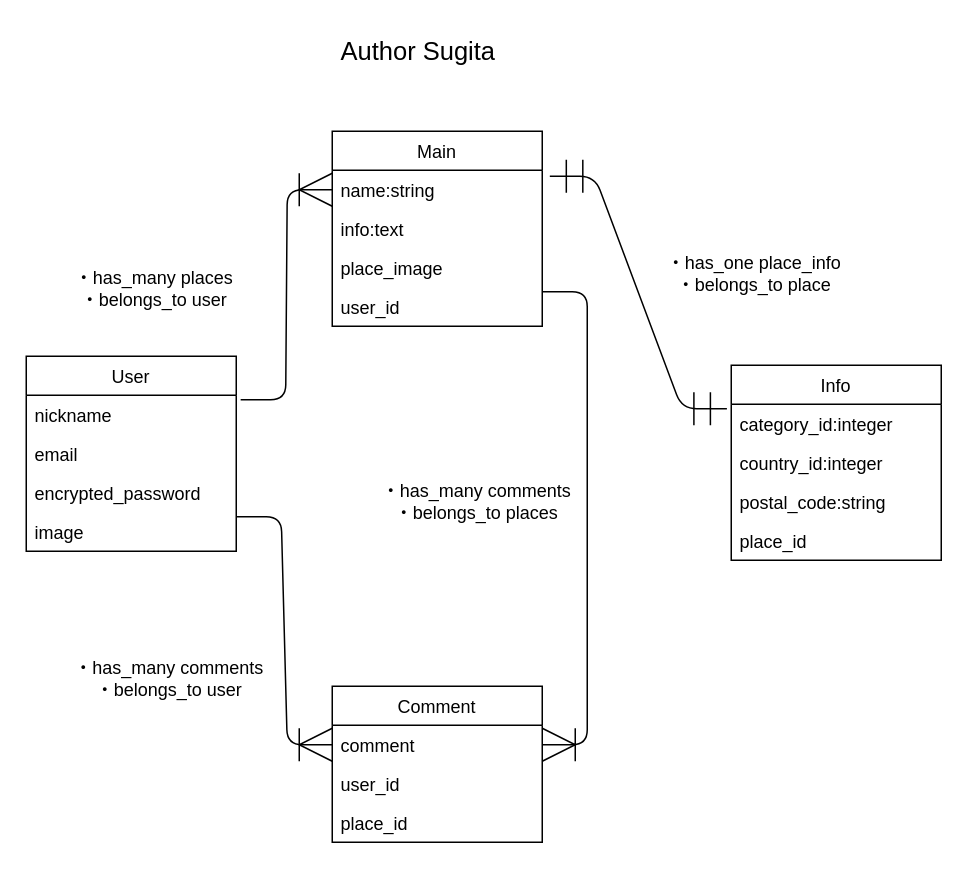
Above: app.dio in daikichi86/original2 (draw.io), before the change. Source tidied: cells renumbered, new cells numbered last; positions are measured from the earlier drawing's top-left corner, leaving out a move shared by most shapes. Both pictures are drawn from the tidied source at 150%, with x=0, y=0 at pixel (26, 26).
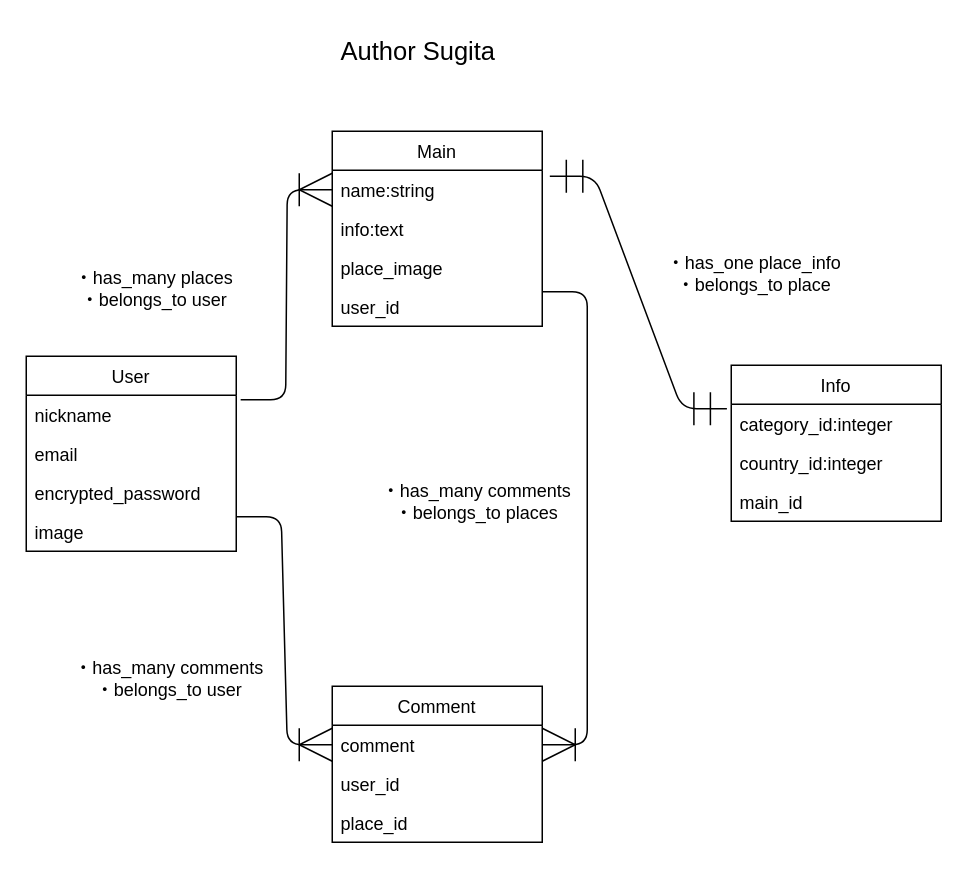
The same diagram, later.

The edit, as a diff of the source:
```diff
@@
     <mxCell id="12" value="Info" style="swimlane;fontStyle=0;horizontal=1;startSize=26;fillColor=none;" parent="1" vertex="1">
-      <mxGeometry x="470" y="226" width="140" height="130" as="geometry" />
+      <mxGeometry x="470" y="226" width="140" height="104" as="geometry" />
     </mxCell>
@@
-    <mxCell id="15" value="postal_code:string" style="text;strokeColor=none;fillColor=none;align=left;verticalAlign=top;spacingLeft=4;spacingRight=4;overflow=hidden;" parent="12" vertex="1">
-      <mxGeometry y="78" width="140" height="26" as="geometry" />
-    </mxCell>
-    <mxCell id="16" value="place_id" style="text;strokeColor=none;fillColor=none;align=left;verticalAlign=top;spacingLeft=4;spacingRight=4;overflow=hidden;" parent="12" vertex="1">
-      <mxGeometry y="104" width="140" height="26" as="geometry" />
+    <mxCell id="16" value="main_id" style="text;strokeColor=none;fillColor=none;align=left;verticalAlign=top;spacingLeft=4;spacingRight=4;overflow=hidden;" parent="12" vertex="1">
+      <mxGeometry y="78" width="140" height="26" as="geometry" />
     </mxCell>
```
